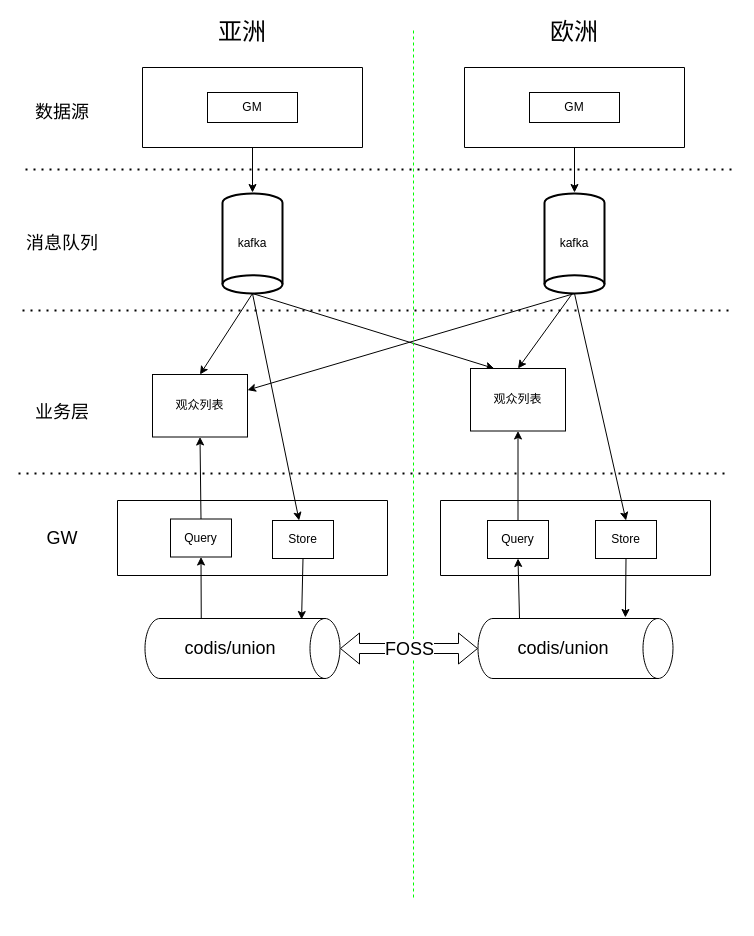
Above: Untitled Diagram.drawio in lawlient/DrawIO (draw.io), before the change. Source tidied: cells renumbered, new cells numbered last; positions are measured from the earlier drawing's top-left corner, leaving out a move shared by most shapes. Both pictures are drawn from the tidied source at 100%, with x=0, y=0 at pixel (18, 17).
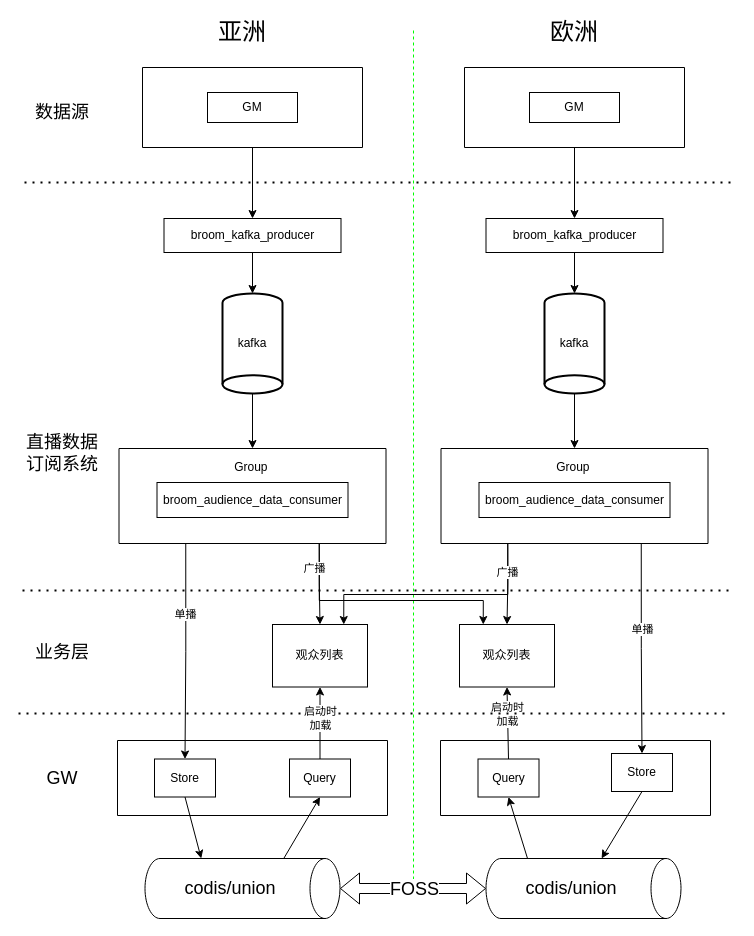
Above is the later version.

Commit message:
观众数据接入缓存架构图.drawio

The change refers to these unchanged cells:
```xml
<mxCell id="3" style="swimlane;startSize=0;" parent="1" vertex="1">
  <mxGeometry x="124" y="50" width="220" height="80" as="geometry" />
</mxCell>
<mxCell id="20" style="swimlane;startSize=0;" parent="1" vertex="1">
  <mxGeometry x="446" y="50" width="220" height="80" as="geometry" />
</mxCell>
<mxCell id="37" style="edgeStyle=none;rounded=0;jettySize=auto;html=1;entryX=0.5;entryY=1;entryDx=0;entryDy=0;fontSize=18;startArrow=none;startFill=0;strokeColor=#000000;exitX=0.5;exitY=0;exitDx=0;exitDy=0;" parent="1" edge="1" source="34" target="41">
  <mxGeometry relative="1" as="geometry" />
</mxCell>
<mxCell id="42" style="edgeStyle=none;rounded=0;jettySize=auto;html=1;exitX=0.5;exitY=0;exitDx=0;exitDy=0;entryX=0.5;entryY=1;entryDx=0;entryDy=0;fontSize=18;startArrow=none;startFill=0;strokeColor=#000000;" parent="1" edge="1" source="30" target="43">
  <mxGeometry relative="1" as="geometry" />
</mxCell>
```

What changed in the source:
```diff
@@
-    <mxCell id="2" style="edgeStyle=orthogonalEdgeStyle;rounded=0;jettySize=auto;html=1;exitX=0.5;exitY=1;exitDx=0;exitDy=0;entryX=0.5;entryY=0;entryDx=0;entryDy=0;" parent="1" edge="1" source="3">
-      <mxGeometry relative="1" as="geometry">
-        <mxPoint x="234" y="175" as="targetPoint" />
-      </mxGeometry>
+    <mxCell id="2" style="edgeStyle=orthogonalEdgeStyle;rounded=0;jettySize=auto;html=1;exitX=0.5;exitY=1;exitDx=0;exitDy=0;" parent="1" edge="1" source="3" target="49">
+      <mxGeometry relative="1" as="geometry" />
     </mxCell>
@@
-    <mxCell id="5" style="rounded=0;jettySize=auto;html=1;exitX=1;exitY=0.5;exitDx=0;exitDy=0;exitPerimeter=0;entryX=0.5;entryY=0;entryDx=0;entryDy=0;fontSize=18;" parent="1" edge="1" source="8" target="43">
-      <mxGeometry relative="1" as="geometry" />
-    </mxCell>
-    <mxCell id="6" style="edgeStyle=none;rounded=0;jettySize=auto;html=1;exitX=1;exitY=0.5;exitDx=0;exitDy=0;exitPerimeter=0;fontSize=18;startArrow=none;startFill=0;strokeColor=#000000;" parent="1" edge="1" source="8" target="31">
-      <mxGeometry relative="1" as="geometry" />
-    </mxCell>
-    <mxCell id="7" style="edgeStyle=none;rounded=0;jettySize=auto;html=1;exitX=1;exitY=0.5;exitDx=0;exitDy=0;exitPerimeter=0;entryX=0.25;entryY=0;entryDx=0;entryDy=0;fontSize=18;startArrow=none;startFill=0;strokeColor=#000000;" parent="1" edge="1" source="8" target="41">
-      <mxGeometry relative="1" as="geometry" />
-    </mxCell>
+    <mxCell id="44" style="edgeStyle=orthogonalEdgeStyle;rounded=0;jettySize=auto;html=1;exitX=1;exitY=0.5;exitDx=0;exitDy=0;exitPerimeter=0;" parent="1" edge="1" source="8" target="57">
+      <mxGeometry relative="1" as="geometry" />
+    </mxCell>
     <mxCell id="8" value="kafka" style="strokeWidth=2;html=1;shape=mxgraph.flowchart.direct_data;whiteSpace=wrap;direction=south;" parent="1" vertex="1">
-      <mxGeometry x="204" y="176" width="60" height="100" as="geometry" />
+      <mxGeometry x="204" y="276" width="60" height="100" as="geometry" />
     </mxCell>
     <mxCell id="9" style="endArrow=none;dashed=1;html=1;dashPattern=1 3;strokeWidth=2;rounded=0;" parent="1" edge="1">
       <mxGeometry relative="1" as="geometry">
-        <mxPoint x="7" y="152" as="sourcePoint" />
-        <mxPoint x="717" y="152" as="targetPoint" />
+        <mxPoint x="6" y="165" as="sourcePoint" />
+        <mxPoint x="716" y="165" as="targetPoint" />
       </mxGeometry>
     </mxCell>
     <mxCell id="10" style="endArrow=none;dashed=1;html=1;dashPattern=1 3;strokeWidth=2;rounded=0;" parent="1" edge="1">
       <mxGeometry relative="1" as="geometry">
-        <mxPoint x="4" y="293" as="sourcePoint" />
-        <mxPoint x="714" y="293" as="targetPoint" />
+        <mxPoint x="4" y="573" as="sourcePoint" />
+        <mxPoint x="714" y="573" as="targetPoint" />
       </mxGeometry>
     </mxCell>
@@
-    <mxCell id="12" value="&lt;font style=&quot;font-size: 18px&quot;&gt;消息队列&lt;/font&gt;" style="text;html=1;strokeColor=none;fillColor=none;align=center;verticalAlign=middle;whiteSpace=wrap;rounded=0;" parent="1" vertex="1">
-      <mxGeometry x="4" y="210" width="80" height="32" as="geometry" />
+    <mxCell id="12" value="&lt;span style=&quot;font-size: 18px&quot;&gt;直播数据订阅系统&lt;/span&gt;" style="text;html=1;strokeColor=none;fillColor=none;align=center;verticalAlign=middle;whiteSpace=wrap;rounded=0;" parent="1" vertex="1">
+      <mxGeometry x="4" y="420" width="80" height="32" as="geometry" />
     </mxCell>
     <mxCell id="13" value="&lt;font style=&quot;font-size: 18px&quot;&gt;业务层&lt;br&gt;&lt;/font&gt;" style="text;html=1;strokeColor=none;fillColor=none;align=center;verticalAlign=middle;whiteSpace=wrap;rounded=0;" parent="1" vertex="1">
-      <mxGeometry x="4" y="378.5" width="80" height="32" as="geometry" />
+      <mxGeometry x="4" y="618.5" width="80" height="32" as="geometry" />
     </mxCell>
@@
-    <mxCell id="15" style="rounded=0;jettySize=auto;html=1;fontSize=18;entryX=0.5;entryY=0;entryDx=0;entryDy=0;" parent="1" edge="1" target="41">
-      <mxGeometry relative="1" as="geometry">
-        <mxPoint x="556" y="273" as="sourcePoint" />
-      </mxGeometry>
-    </mxCell>
-    <mxCell id="16" style="edgeStyle=none;rounded=0;jettySize=auto;html=1;exitX=1;exitY=0.5;exitDx=0;exitDy=0;exitPerimeter=0;entryX=0.5;entryY=0;entryDx=0;entryDy=0;fontSize=18;startArrow=none;startFill=0;strokeColor=#000000;" parent="1" edge="1" source="18" target="35">
-      <mxGeometry relative="1" as="geometry" />
-    </mxCell>
-    <mxCell id="17" style="edgeStyle=none;rounded=0;jettySize=auto;html=1;exitX=1;exitY=0.5;exitDx=0;exitDy=0;exitPerimeter=0;entryX=1;entryY=0.25;entryDx=0;entryDy=0;fontSize=18;startArrow=none;startFill=0;strokeColor=#000000;" parent="1" edge="1" source="18" target="43">
-      <mxGeometry relative="1" as="geometry" />
-    </mxCell>
+    <mxCell id="45" style="edgeStyle=orthogonalEdgeStyle;rounded=0;jettySize=auto;html=1;exitX=1;exitY=0.5;exitDx=0;exitDy=0;exitPerimeter=0;entryX=0.5;entryY=0;entryDx=0;entryDy=0;" parent="1" edge="1" source="18" target="65">
+      <mxGeometry relative="1" as="geometry" />
+    </mxCell>
     <mxCell id="18" value="kafka" style="strokeWidth=2;html=1;shape=mxgraph.flowchart.direct_data;whiteSpace=wrap;direction=south;" parent="1" vertex="1">
-      <mxGeometry x="526" y="176" width="60" height="100" as="geometry" />
+      <mxGeometry x="526" y="276" width="60" height="100" as="geometry" />
     </mxCell>
-    <mxCell id="19" style="edgeStyle=orthogonalEdgeStyle;rounded=0;jettySize=auto;html=1;exitX=0.5;exitY=1;exitDx=0;exitDy=0;entryX=0.5;entryY=0;entryDx=0;entryDy=0;" parent="1" edge="1" source="20">
-      <mxGeometry relative="1" as="geometry">
-        <mxPoint x="556" y="175" as="targetPoint" />
-      </mxGeometry>
+    <mxCell id="19" style="edgeStyle=orthogonalEdgeStyle;rounded=0;jettySize=auto;html=1;exitX=0.5;exitY=1;exitDx=0;exitDy=0;entryX=0.5;entryY=0;entryDx=0;entryDy=0;" parent="1" edge="1" source="20" target="51">
+      <mxGeometry relative="1" as="geometry" />
     </mxCell>
@@
-    <mxCell id="26" style="edgeStyle=none;rounded=0;jettySize=auto;html=1;exitX=0;exitY=0;exitDx=0;exitDy=138.75;exitPerimeter=0;entryX=0.5;entryY=1;entryDx=0;entryDy=0;fontSize=18;startArrow=none;startFill=0;strokeColor=#000000;" parent="1" edge="1" source="27" target="30">
+    <mxCell id="26" style="edgeStyle=none;rounded=0;jettySize=auto;html=1;exitX=0;exitY=0;exitDx=0;exitDy=56.25;exitPerimeter=0;entryX=0.5;entryY=1;entryDx=0;entryDy=0;fontSize=18;startArrow=none;startFill=0;strokeColor=#000000;" parent="1" edge="1" source="27" target="30">
       <mxGeometry relative="1" as="geometry" />
     </mxCell>
     <mxCell id="27" value="&lt;span&gt;codis/union&lt;/span&gt;" style="shape=cylinder3;whiteSpace=wrap;html=1;boundedLbl=1;backgroundOutline=1;size=15;fontSize=18;direction=south;" parent="1" vertex="1">
-      <mxGeometry x="126.5" y="601" width="195" height="60" as="geometry" />
+      <mxGeometry x="126.5" y="841" width="195" height="60" as="geometry" />
     </mxCell>
     <mxCell id="28" value="&lt;span&gt;codis/union&lt;/span&gt;" style="shape=cylinder3;whiteSpace=wrap;html=1;boundedLbl=1;backgroundOutline=1;size=15;fontSize=18;direction=south;" parent="1" vertex="1">
-      <mxGeometry x="459.5" y="601" width="195" height="60" as="geometry" />
+      <mxGeometry x="467.5" y="841" width="195" height="60" as="geometry" />
     </mxCell>
     <mxCell id="29" style="swimlane;startSize=0;" parent="1" vertex="1">
-      <mxGeometry x="99" y="483" width="270" height="75" as="geometry" />
+      <mxGeometry x="99" y="723" width="270" height="75" as="geometry" />
     </mxCell>
     <mxCell id="30" value="Query" style="rounded=0;whiteSpace=wrap;html=1;" parent="29" vertex="1">
-      <mxGeometry x="53" y="18.5" width="61" height="38" as="geometry" />
+      <mxGeometry x="172" y="18.5" width="61" height="38" as="geometry" />
     </mxCell>
     <mxCell id="31" value="Store" style="rounded=0;whiteSpace=wrap;html=1;" parent="29" vertex="1">
-      <mxGeometry x="155" y="20" width="61" height="38" as="geometry" />
+      <mxGeometry x="37" y="18.5" width="61" height="38" as="geometry" />
     </mxCell>
     <mxCell id="32" value="&lt;font style=&quot;font-size: 18px&quot;&gt;GW&lt;br&gt;&lt;/font&gt;" style="text;html=1;strokeColor=none;fillColor=none;align=center;verticalAlign=middle;whiteSpace=wrap;rounded=0;" parent="1" vertex="1">
-      <mxGeometry x="4" y="504.5" width="80" height="32" as="geometry" />
+      <mxGeometry x="4" y="744.5" width="80" height="32" as="geometry" />
     </mxCell>
     <mxCell id="33" style="swimlane;startSize=0;" parent="1" vertex="1">
-      <mxGeometry x="422" y="483" width="270" height="75" as="geometry" />
+      <mxGeometry x="422" y="723" width="270" height="75" as="geometry" />
     </mxCell>
     <mxCell id="34" value="Query" style="rounded=0;whiteSpace=wrap;html=1;" parent="33" vertex="1">
-      <mxGeometry x="47" y="20" width="61" height="38" as="geometry" />
+      <mxGeometry x="37.5" y="18.5" width="61" height="38" as="geometry" />
     </mxCell>
     <mxCell id="35" value="Store" style="rounded=0;whiteSpace=wrap;html=1;" parent="33" vertex="1">
-      <mxGeometry x="155" y="20" width="61" height="38" as="geometry" />
+      <mxGeometry x="171" y="13" width="61" height="38" as="geometry" />
     </mxCell>
-    <mxCell id="36" style="edgeStyle=none;rounded=0;jettySize=auto;html=1;exitX=0.5;exitY=1;exitDx=0;exitDy=0;fontSize=18;startArrow=none;startFill=0;strokeColor=#000000;entryX=0.017;entryY=0.197;entryDx=0;entryDy=0;entryPerimeter=0;" parent="1" edge="1" source="31" target="27">
+    <mxCell id="36" style="edgeStyle=none;rounded=0;jettySize=auto;html=1;exitX=0.5;exitY=1;exitDx=0;exitDy=0;fontSize=18;startArrow=none;startFill=0;strokeColor=#000000;entryX=0;entryY=0;entryDx=0;entryDy=138.75;entryPerimeter=0;" parent="1" edge="1" source="31" target="27">
       <mxGeometry relative="1" as="geometry" />
     </mxCell>
@@
+    <mxCell id="46" value="启动时&lt;br&gt;加载" style="edgeLabel;html=1;align=center;verticalAlign=middle;" parent="37" vertex="1">
+      <mxGeometry x="-0.65" y="3" relative="1" as="geometry">
+        <mxPoint x="2" y="-32" as="offset" />
+      </mxGeometry>
+    </mxCell>
@@
-    <mxCell id="39" style="edgeStyle=none;rounded=0;jettySize=auto;html=1;exitX=0.5;exitY=1;exitDx=0;exitDy=0;entryX=-0.017;entryY=0.244;entryDx=0;entryDy=0;entryPerimeter=0;fontSize=18;startArrow=none;startFill=0;strokeColor=#000000;" parent="1" edge="1" source="35" target="28">
+    <mxCell id="39" style="edgeStyle=none;rounded=0;jettySize=auto;html=1;exitX=0.5;exitY=1;exitDx=0;exitDy=0;fontSize=18;startArrow=none;startFill=0;strokeColor=#000000;" parent="1" edge="1" source="35" target="28">
       <mxGeometry relative="1" as="geometry" />
     </mxCell>
     <mxCell id="40" style="endArrow=none;dashed=1;html=1;dashPattern=1 3;strokeWidth=2;rounded=0;" parent="1" edge="1">
       <mxGeometry relative="1" as="geometry">
-        <mxPoint y="456" as="sourcePoint" />
-        <mxPoint x="710" y="456" as="targetPoint" />
+        <mxPoint y="696" as="sourcePoint" />
+        <mxPoint x="710" y="696" as="targetPoint" />
       </mxGeometry>
     </mxCell>
     <mxCell id="41" value="观众列表" style="rounded=0;whiteSpace=wrap;html=1;" parent="1" vertex="1">
-      <mxGeometry x="452" y="351" width="95" height="62.5" as="geometry" />
+      <mxGeometry x="441" y="607" width="95" height="62.5" as="geometry" />
     </mxCell>
@@
+    <mxCell id="47" value="启动时&lt;br&gt;加载" style="edgeLabel;html=1;align=center;verticalAlign=middle;" parent="42" vertex="1">
+      <mxGeometry x="-0.35" y="-2" relative="1" as="geometry">
+        <mxPoint x="-2" y="-18" as="offset" />
+      </mxGeometry>
+    </mxCell>
     <mxCell id="43" value="观众列表" style="rounded=0;whiteSpace=wrap;html=1;" parent="1" vertex="1">
-      <mxGeometry x="134" y="357" width="95" height="62.5" as="geometry" />
+      <mxGeometry x="254" y="607" width="95" height="62.5" as="geometry" />
     </mxCell>
+    <mxCell id="48" style="edgeStyle=orthogonalEdgeStyle;rounded=0;jettySize=auto;html=1;exitX=0.5;exitY=1;exitDx=0;exitDy=0;entryX=0;entryY=0.5;entryDx=0;entryDy=0;entryPerimeter=0;" parent="1" edge="1" source="49" target="8">
+      <mxGeometry relative="1" as="geometry" />
+    </mxCell>
+    <mxCell id="49" value="broom_kafka_producer" style="rounded=0;whiteSpace=wrap;html=1;" parent="1" vertex="1">
+      <mxGeometry x="145.5" y="201" width="177" height="34" as="geometry" />
+    </mxCell>
+    <mxCell id="50" style="edgeStyle=orthogonalEdgeStyle;rounded=0;jettySize=auto;html=1;exitX=0.5;exitY=1;exitDx=0;exitDy=0;entryX=0;entryY=0.5;entryDx=0;entryDy=0;entryPerimeter=0;" parent="1" edge="1" source="51" target="18">
+      <mxGeometry relative="1" as="geometry" />
+    </mxCell>
+    <mxCell id="51" value="broom_kafka_producer" style="rounded=0;whiteSpace=wrap;html=1;" parent="1" vertex="1">
+      <mxGeometry x="467.5" y="201" width="177" height="34" as="geometry" />
+    </mxCell>
+    <mxCell id="52" style="edgeStyle=orthogonalEdgeStyle;rounded=0;jettySize=auto;html=1;exitX=0.25;exitY=1;exitDx=0;exitDy=0;" parent="1" edge="1" source="57" target="31">
+      <mxGeometry relative="1" as="geometry" />
+    </mxCell>
+    <mxCell id="53" value="单播" style="edgeLabel;html=1;align=center;verticalAlign=middle;" parent="52" vertex="1">
+      <mxGeometry x="-0.35" y="-1" relative="1" as="geometry" />
+    </mxCell>
+    <mxCell id="54" style="edgeStyle=orthogonalEdgeStyle;rounded=0;jettySize=auto;html=1;exitX=0.75;exitY=1;exitDx=0;exitDy=0;" parent="1" edge="1" source="57" target="43">
+      <mxGeometry relative="1" as="geometry" />
+    </mxCell>
+    <mxCell id="55" style="edgeStyle=orthogonalEdgeStyle;rounded=0;jettySize=auto;html=1;exitX=0.75;exitY=1;exitDx=0;exitDy=0;entryX=0.25;entryY=0;entryDx=0;entryDy=0;" parent="1" edge="1" source="57" target="41">
+      <mxGeometry relative="1" as="geometry">
+        <Array as="points">
+          <mxPoint x="301" y="583" />
+          <mxPoint x="465" y="583" />
+        </Array>
+      </mxGeometry>
+    </mxCell>
+    <mxCell id="56" value="广播" style="edgeLabel;html=1;align=center;verticalAlign=middle;" parent="55" vertex="1">
+      <mxGeometry x="-0.46" relative="1" as="geometry">
+        <mxPoint x="-14" y="-33" as="offset" />
+      </mxGeometry>
+    </mxCell>
+    <mxCell id="57" style="swimlane;startSize=0;" parent="1" vertex="1">
+      <mxGeometry x="100.5" y="431" width="267" height="95" as="geometry" />
+    </mxCell>
+    <mxCell id="58" value="broom_audience_data_consumer" style="rounded=0;whiteSpace=wrap;html=1;" parent="57" vertex="1">
+      <mxGeometry x="38" y="34" width="191" height="35" as="geometry" />
+    </mxCell>
+    <mxCell id="59" value="Group&amp;nbsp;" style="text;html=1;align=center;verticalAlign=middle;strokeColor=none;fillColor=none;" parent="57" vertex="1">
+      <mxGeometry x="110" y="10" width="47" height="18" as="geometry" />
+    </mxCell>
+    <mxCell id="60" style="edgeStyle=orthogonalEdgeStyle;rounded=0;jettySize=auto;html=1;exitX=0.25;exitY=1;exitDx=0;exitDy=0;entryX=0.5;entryY=0;entryDx=0;entryDy=0;" parent="1" edge="1" source="65" target="41">
+      <mxGeometry relative="1" as="geometry" />
+    </mxCell>
+    <mxCell id="61" style="edgeStyle=orthogonalEdgeStyle;rounded=0;jettySize=auto;html=1;exitX=0.25;exitY=1;exitDx=0;exitDy=0;entryX=0.75;entryY=0;entryDx=0;entryDy=0;" parent="1" edge="1" source="65" target="43">
+      <mxGeometry relative="1" as="geometry">
+        <Array as="points">
+          <mxPoint x="489" y="577" />
+          <mxPoint x="325" y="577" />
+        </Array>
+      </mxGeometry>
+    </mxCell>
+    <mxCell id="62" value="广播" style="edgeLabel;html=1;align=center;verticalAlign=middle;" parent="61" vertex="1">
+      <mxGeometry x="-0.43" y="1" relative="1" as="geometry">
+        <mxPoint x="18" y="-24" as="offset" />
+      </mxGeometry>
+    </mxCell>
+    <mxCell id="63" style="edgeStyle=orthogonalEdgeStyle;rounded=0;jettySize=auto;html=1;exitX=0.75;exitY=1;exitDx=0;exitDy=0;entryX=0.5;entryY=0;entryDx=0;entryDy=0;" parent="1" edge="1" source="65" target="35">
+      <mxGeometry relative="1" as="geometry" />
+    </mxCell>
+    <mxCell id="64" value="单播" style="edgeLabel;html=1;align=center;verticalAlign=middle;" parent="63" vertex="1">
+      <mxGeometry x="-0.4" relative="1" as="geometry">
+        <mxPoint x="1" y="23" as="offset" />
+      </mxGeometry>
+    </mxCell>
+    <mxCell id="65" style="swimlane;startSize=0;" parent="1" vertex="1">
+      <mxGeometry x="422.5" y="431" width="267" height="95" as="geometry" />
+    </mxCell>
+    <mxCell id="66" value="broom_audience_data_consumer" style="rounded=0;whiteSpace=wrap;html=1;" parent="65" vertex="1">
+      <mxGeometry x="38" y="34" width="191" height="35" as="geometry" />
+    </mxCell>
+    <mxCell id="67" value="Group&amp;nbsp;" style="text;html=1;align=center;verticalAlign=middle;strokeColor=none;fillColor=none;" parent="65" vertex="1">
+      <mxGeometry x="110" y="10" width="47" height="18" as="geometry" />
+    </mxCell>
```
